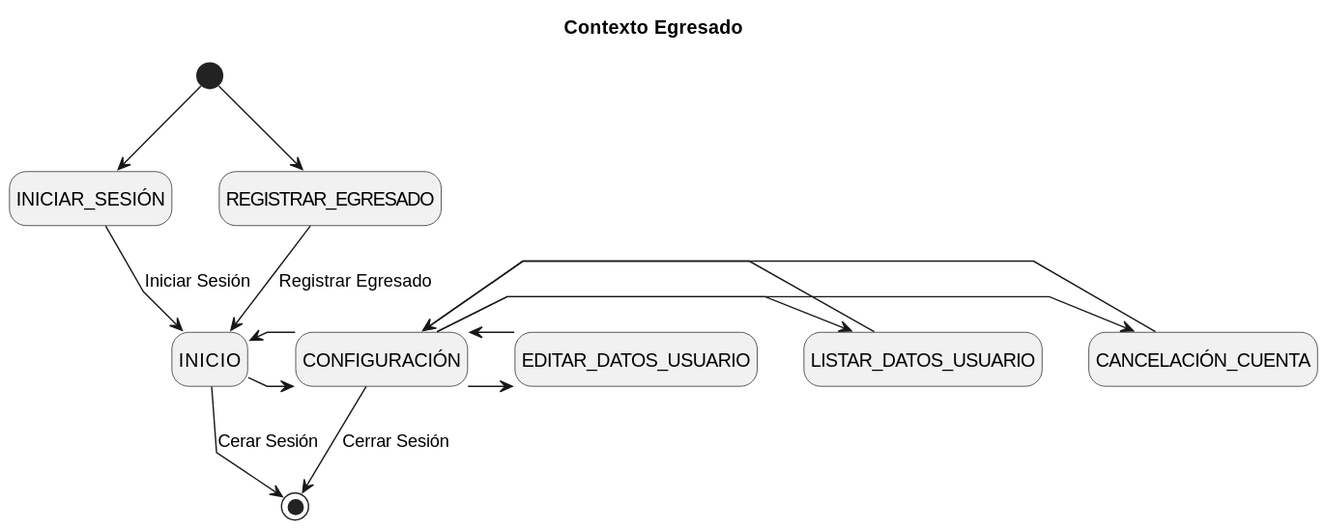
Before: Caso_de_Uso/Contexto/Egresado/Configuración/Contexto.svg, a diagram exported from PlantUML (mmasias/23-24-IdSw1-SDR). The source it was exported from:
```plantuml
@startuml Contexto
title Contexto Egresado

skinparam {
    NoteBackgroundColor #whiteSmoke
    NoteBorderColor #green
    linetype polyline
}

hide empty description

[*] --> INICIAR_SESIÓN
[*] --> REGISTRAR_EGRESADO
INICIAR_SESIÓN --> INICIO : Iniciar Sesión
REGISTRAR_EGRESADO --> INICIO : Registrar Egresado


INICIO -> CONFIGURACIÓN
INICIO <- CONFIGURACIÓN

CONFIGURACIÓN -> CANCELACIÓN_CUENTA
CONFIGURACIÓN <- CANCELACIÓN_CUENTA
CONFIGURACIÓN -> LISTAR_DATOS_USUARIO
CONFIGURACIÓN <- LISTAR_DATOS_USUARIO
CONFIGURACIÓN -> EDITAR_DATOS_USUARIO
CONFIGURACIÓN <- EDITAR_DATOS_USUARIO


CONFIGURACIÓN -> [*] : Cerrar Sesión
INICIO --> [*] : Cerar Sesión

@enduml
```
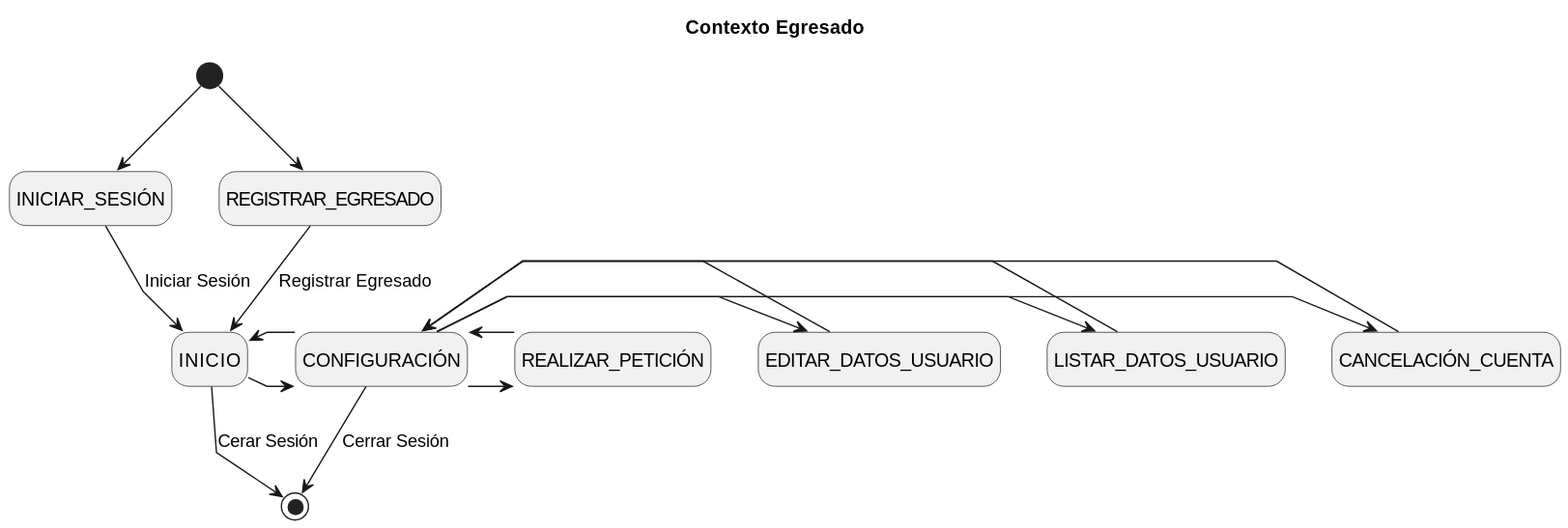
Later version of the same file.

Commit message:
Add "REALIZAR_PETICIÓN" functionality to CONFIGURACIÓN in Contexto.puml files

Change to the diagram source:
```diff
@@ -24,7 +24,8 @@
 CONFIGURACIÓN <- LISTAR_DATOS_USUARIO
 CONFIGURACIÓN -> EDITAR_DATOS_USUARIO
 CONFIGURACIÓN <- EDITAR_DATOS_USUARIO
-
+CONFIGURACIÓN -> REALIZAR_PETICIÓN
+CONFIGURACIÓN <- REALIZAR_PETICIÓN
 
 CONFIGURACIÓN -> [*] : Cerrar Sesión
 INICIO --> [*] : Cerar Sesión
```
